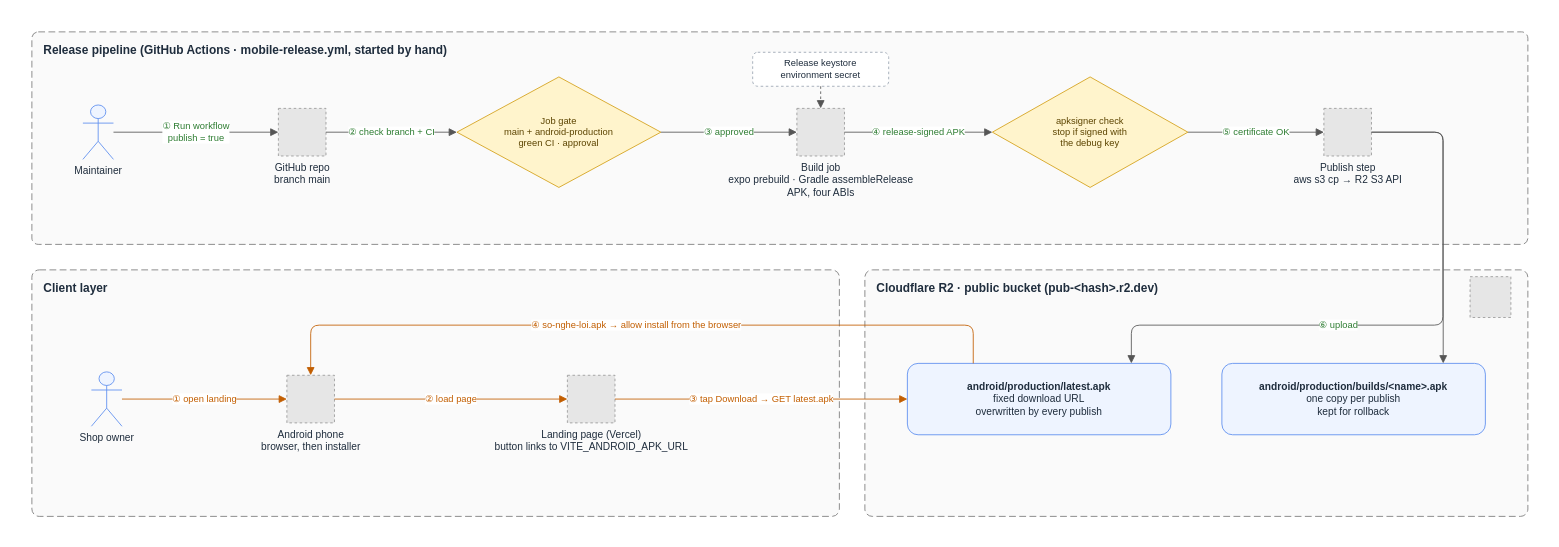
Before: docs/architecture/diagrams/src/apk-release.drawio in miphu2804/smart-ledger, a draw.io diagram. Source tidied: cells renumbered, new cells numbered last; positions are measured from the earlier drawing's top-left corner, leaving out a move shared by most shapes. Both pictures are drawn from the tidied source at 85%, with x=0, y=0 at pixel (14, 14). Pictures stored in the file or linked from it are replaced by grey dashed boxes.
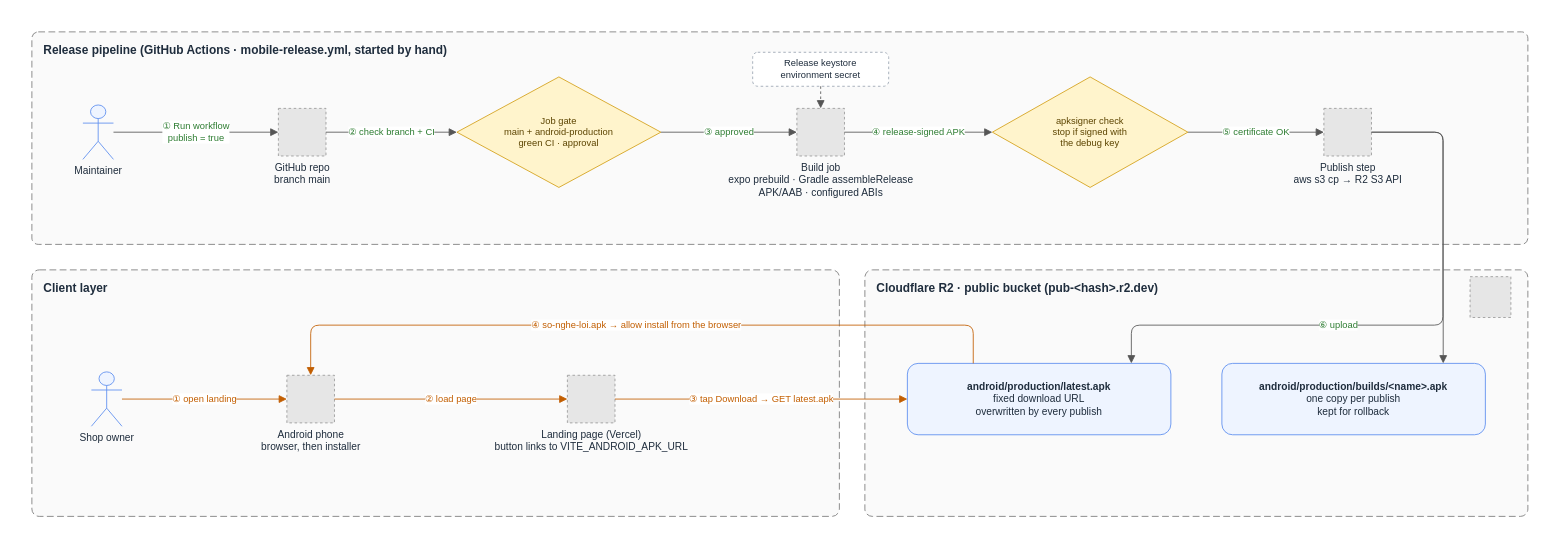
Above is the later version.

Change to the diagram source:
```diff
@@
-    <mxCell id="7" value="Build job&lt;br&gt;expo prebuild · Gradle assembleRelease&lt;br&gt;APK, four ABIs" style="fillColor=#E6E6E6;strokeColor=#999999;dashed=1;html=1;verticalLabelPosition=bottom;verticalAlign=top;fontSize=12;fontColor=#1f2d3d;labelBackgroundColor=none;" parent="1" vertex="1">
+    <mxCell id="7" value="Build job&lt;br&gt;expo prebuild · Gradle assembleRelease&lt;br&gt;APK/AAB · configured ABIs" style="fillColor=#E6E6E6;strokeColor=#999999;dashed=1;html=1;verticalLabelPosition=bottom;verticalAlign=top;fontSize=12;fontColor=#1f2d3d;labelBackgroundColor=none;" parent="1" vertex="1">
       <mxGeometry x="920" y="110" width="56" height="56" as="geometry" />
     </mxCell>
```
